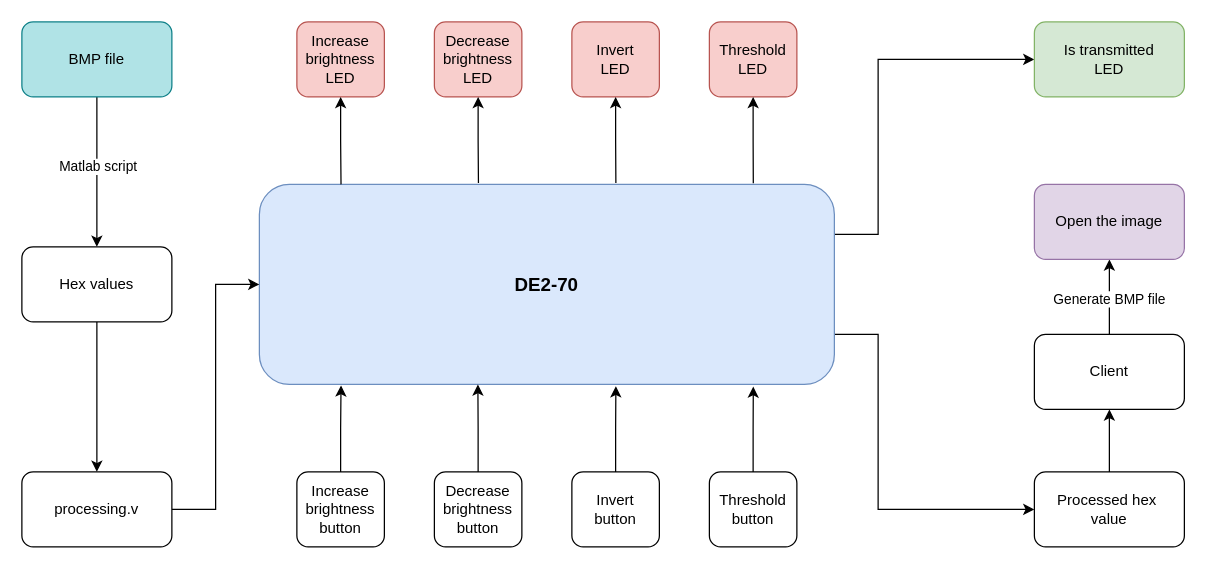
Before: FPGA-Image-Processing.drawio in lukas0173/Draw.io, a draw.io diagram. Source tidied: cells renumbered, new cells numbered last; positions are measured from the earlier drawing's top-left corner, leaving out a move shared by most shapes. Both pictures are drawn from the tidied source at 125%, with x=0, y=0 at pixel (21, 21).
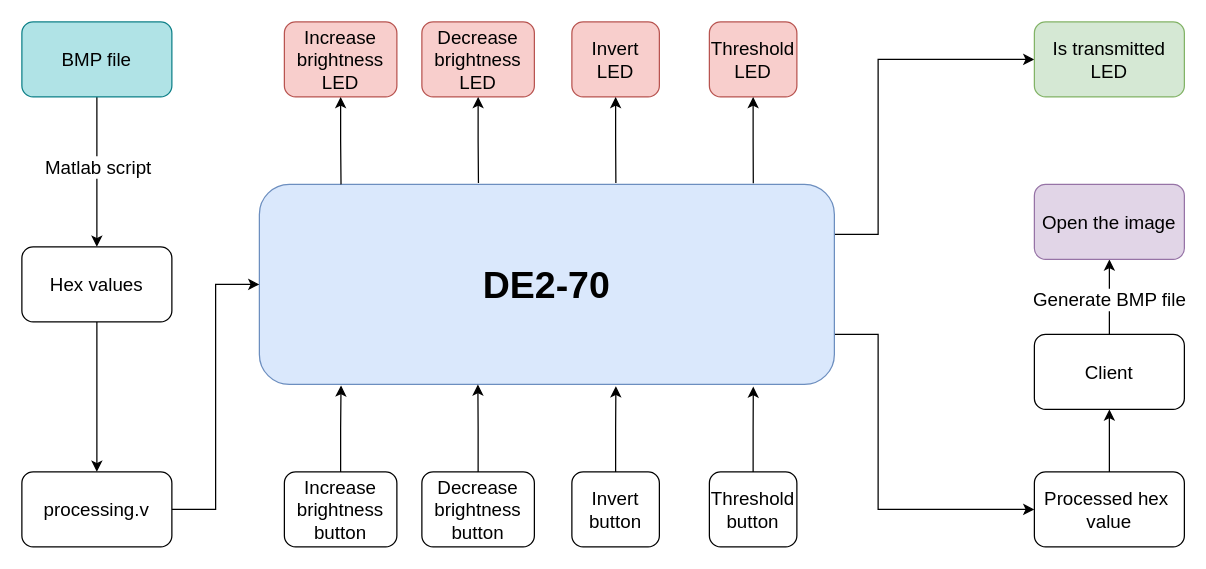
The same page after the edit.

The change refers to these unchanged cells:
```xml
<mxCell id="7" style="edgeStyle=orthogonalEdgeStyle;rounded=0;jettySize=auto;html=1;" parent="1" edge="1" source="9" target="6">
  <mxGeometry relative="1" as="geometry" />
</mxCell>
<mxCell id="28" style="edgeStyle=orthogonalEdgeStyle;rounded=0;jettySize=auto;html=1;" parent="1" edge="1" source="30" target="31">
  <mxGeometry relative="1" as="geometry" />
</mxCell>
```

The edit, as a diff of the source:
```diff
@@
-    <mxCell id="4" value="&lt;b&gt;&lt;font style=&quot;font-size: 15px;&quot;&gt;DE2-70&lt;/font&gt;&lt;/b&gt;" style="rounded=1;whiteSpace=wrap;html=1;fillColor=#dae8fc;strokeColor=#6c8ebf;" parent="1" vertex="1">
+    <mxCell id="4" value="&lt;font size=&quot;1&quot;&gt;&lt;b&gt;&lt;font style=&quot;font-size: 30px;&quot;&gt;DE2-70&lt;/font&gt;&lt;/b&gt;&lt;/font&gt;" style="rounded=1;whiteSpace=wrap;html=1;fillColor=#dae8fc;strokeColor=#6c8ebf;" parent="1" vertex="1">
       <mxGeometry x="190" y="130" width="460" height="160" as="geometry" />
     </mxCell>
@@
-    <mxCell id="6" value="Hex values" style="rounded=1;whiteSpace=wrap;html=1;" parent="1" vertex="1">
+    <mxCell id="6" value="&lt;font style=&quot;font-size: 15px;&quot;&gt;Hex values&lt;/font&gt;" style="rounded=1;whiteSpace=wrap;html=1;" parent="1" vertex="1">
       <mxGeometry y="180" width="120" height="60" as="geometry" />
     </mxCell>
@@
-    <mxCell id="8" value="Matlab script" style="edgeLabel;html=1;align=center;verticalAlign=middle;" parent="7" vertex="1">
+    <mxCell id="8" value="&lt;font style=&quot;font-size: 15px;&quot;&gt;Matlab script&lt;/font&gt;" style="edgeLabel;html=1;align=center;verticalAlign=middle;" parent="7" vertex="1">
       <mxGeometry x="-0.08" relative="1" as="geometry" />
     </mxCell>
-    <mxCell id="9" value="BMP file" style="rounded=1;whiteSpace=wrap;html=1;fillColor=#b0e3e6;strokeColor=#0e8088;" parent="1" vertex="1">
+    <mxCell id="9" value="&lt;font style=&quot;font-size: 15px;&quot;&gt;BMP file&lt;/font&gt;" style="rounded=1;whiteSpace=wrap;html=1;fillColor=#b0e3e6;strokeColor=#0e8088;" parent="1" vertex="1">
       <mxGeometry width="120" height="60" as="geometry" />
     </mxCell>
-    <mxCell id="10" value="&lt;div&gt;Increase&lt;/div&gt;&lt;div&gt;brightness&lt;/div&gt;&lt;div&gt;button&lt;br&gt;&lt;/div&gt;" style="rounded=1;whiteSpace=wrap;html=1;" parent="1" vertex="1">
-      <mxGeometry x="220" y="360" width="70" height="60" as="geometry" />
+    <mxCell id="10" value="&lt;div style=&quot;font-size: 15px;&quot;&gt;&lt;font style=&quot;font-size: 15px;&quot;&gt;Increase&lt;/font&gt;&lt;/div&gt;&lt;div style=&quot;font-size: 15px;&quot;&gt;&lt;font style=&quot;font-size: 15px;&quot;&gt;brightness&lt;/font&gt;&lt;/div&gt;&lt;div style=&quot;font-size: 15px;&quot;&gt;&lt;font style=&quot;font-size: 15px;&quot;&gt;button&lt;br&gt;&lt;/font&gt;&lt;/div&gt;" style="rounded=1;whiteSpace=wrap;html=1;" parent="1" vertex="1">
+      <mxGeometry x="210" y="360" width="90" height="60" as="geometry" />
     </mxCell>
-    <mxCell id="11" value="&lt;div&gt;Decrease&lt;br&gt;&lt;/div&gt;&lt;div&gt;brightness&lt;/div&gt;&lt;div&gt;button&lt;br&gt;&lt;/div&gt;" style="rounded=1;whiteSpace=wrap;html=1;" parent="1" vertex="1">
-      <mxGeometry x="330" y="360" width="70" height="60" as="geometry" />
+    <mxCell id="11" value="&lt;div style=&quot;font-size: 15px;&quot;&gt;&lt;font style=&quot;font-size: 15px;&quot;&gt;Decrease&lt;br&gt;&lt;/font&gt;&lt;/div&gt;&lt;div style=&quot;font-size: 15px;&quot;&gt;&lt;font style=&quot;font-size: 15px;&quot;&gt;brightness&lt;/font&gt;&lt;/div&gt;&lt;div style=&quot;font-size: 15px;&quot;&gt;&lt;font style=&quot;font-size: 15px;&quot;&gt;button&lt;br&gt;&lt;/font&gt;&lt;/div&gt;" style="rounded=1;whiteSpace=wrap;html=1;" parent="1" vertex="1">
+      <mxGeometry x="320" y="360" width="90" height="60" as="geometry" />
     </mxCell>
-    <mxCell id="12" value="&lt;div&gt;Invert&lt;/div&gt;&lt;div&gt;button&lt;br&gt;&lt;/div&gt;" style="rounded=1;whiteSpace=wrap;html=1;" parent="1" vertex="1">
+    <mxCell id="12" value="&lt;div style=&quot;font-size: 15px;&quot;&gt;&lt;font style=&quot;font-size: 15px;&quot;&gt;Invert&lt;/font&gt;&lt;/div&gt;&lt;div style=&quot;font-size: 15px;&quot;&gt;&lt;font style=&quot;font-size: 15px;&quot;&gt;button&lt;br&gt;&lt;/font&gt;&lt;/div&gt;" style="rounded=1;whiteSpace=wrap;html=1;" parent="1" vertex="1">
       <mxGeometry x="440" y="360" width="70" height="60" as="geometry" />
     </mxCell>
-    <mxCell id="13" value="&lt;div&gt;Threshold&lt;/div&gt;&lt;div&gt;button&lt;br&gt;&lt;/div&gt;" style="rounded=1;whiteSpace=wrap;html=1;" parent="1" vertex="1">
+    <mxCell id="13" value="&lt;div style=&quot;font-size: 15px;&quot;&gt;&lt;font style=&quot;font-size: 15px;&quot;&gt;Threshold&lt;/font&gt;&lt;/div&gt;&lt;div style=&quot;font-size: 15px;&quot;&gt;&lt;font style=&quot;font-size: 15px;&quot;&gt;button&lt;br&gt;&lt;/font&gt;&lt;/div&gt;" style="rounded=1;whiteSpace=wrap;html=1;" parent="1" vertex="1">
       <mxGeometry x="550" y="360" width="70" height="60" as="geometry" />
     </mxCell>
@@
-    <mxCell id="18" value="&lt;div&gt;Increase&lt;/div&gt;&lt;div&gt;brightness&lt;/div&gt;&lt;div&gt;LED&lt;br&gt;&lt;/div&gt;" style="rounded=1;whiteSpace=wrap;html=1;fillColor=#f8cecc;strokeColor=#b85450;" parent="1" vertex="1">
-      <mxGeometry x="220" width="70" height="60" as="geometry" />
+    <mxCell id="18" value="&lt;div style=&quot;font-size: 15px;&quot;&gt;&lt;font style=&quot;font-size: 15px;&quot;&gt;Increase&lt;/font&gt;&lt;/div&gt;&lt;div style=&quot;font-size: 15px;&quot;&gt;&lt;font style=&quot;font-size: 15px;&quot;&gt;brightness&lt;/font&gt;&lt;/div&gt;&lt;div style=&quot;font-size: 15px;&quot;&gt;&lt;font style=&quot;font-size: 15px;&quot;&gt;LED&lt;br&gt;&lt;/font&gt;&lt;/div&gt;" style="rounded=1;whiteSpace=wrap;html=1;fillColor=#f8cecc;strokeColor=#b85450;" parent="1" vertex="1">
+      <mxGeometry x="210" width="90" height="60" as="geometry" />
     </mxCell>
-    <mxCell id="19" value="&lt;div&gt;Decrease&lt;/div&gt;&lt;div&gt;brightness&lt;br&gt;&lt;/div&gt;&lt;div&gt;LED&lt;br&gt;&lt;/div&gt;" style="rounded=1;whiteSpace=wrap;html=1;fillColor=#f8cecc;strokeColor=#b85450;" parent="1" vertex="1">
-      <mxGeometry x="330" width="70" height="60" as="geometry" />
+    <mxCell id="19" value="&lt;div style=&quot;font-size: 15px;&quot;&gt;&lt;font style=&quot;font-size: 15px;&quot;&gt;Decrease&lt;/font&gt;&lt;/div&gt;&lt;div style=&quot;font-size: 15px;&quot;&gt;&lt;font style=&quot;font-size: 15px;&quot;&gt;brightness&lt;br&gt;&lt;/font&gt;&lt;/div&gt;&lt;div style=&quot;font-size: 15px;&quot;&gt;&lt;font style=&quot;font-size: 15px;&quot;&gt;LED&lt;br&gt;&lt;/font&gt;&lt;/div&gt;" style="rounded=1;whiteSpace=wrap;html=1;fillColor=#f8cecc;strokeColor=#b85450;" parent="1" vertex="1">
+      <mxGeometry x="320" width="90" height="60" as="geometry" />
     </mxCell>
-    <mxCell id="20" value="&lt;div&gt;Invert&lt;br&gt;&lt;/div&gt;&lt;div&gt;LED&lt;br&gt;&lt;/div&gt;" style="rounded=1;whiteSpace=wrap;html=1;fillColor=#f8cecc;strokeColor=#b85450;" parent="1" vertex="1">
+    <mxCell id="20" value="&lt;div style=&quot;font-size: 15px;&quot;&gt;&lt;font style=&quot;font-size: 15px;&quot;&gt;Invert&lt;br&gt;&lt;/font&gt;&lt;/div&gt;&lt;div style=&quot;font-size: 15px;&quot;&gt;&lt;font style=&quot;font-size: 15px;&quot;&gt;LED&lt;br&gt;&lt;/font&gt;&lt;/div&gt;" style="rounded=1;whiteSpace=wrap;html=1;fillColor=#f8cecc;strokeColor=#b85450;" parent="1" vertex="1">
       <mxGeometry x="440" width="70" height="60" as="geometry" />
     </mxCell>
-    <mxCell id="21" value="Threshold&lt;div&gt;LED&lt;br&gt;&lt;/div&gt;" style="rounded=1;whiteSpace=wrap;html=1;fillColor=#f8cecc;strokeColor=#b85450;" parent="1" vertex="1">
+    <mxCell id="21" value="&lt;font style=&quot;font-size: 15px;&quot;&gt;Threshold&lt;/font&gt;&lt;div style=&quot;font-size: 15px;&quot;&gt;&lt;font style=&quot;font-size: 15px;&quot;&gt;LED&lt;br&gt;&lt;/font&gt;&lt;/div&gt;" style="rounded=1;whiteSpace=wrap;html=1;fillColor=#f8cecc;strokeColor=#b85450;" parent="1" vertex="1">
       <mxGeometry x="550" width="70" height="60" as="geometry" />
     </mxCell>
@@
-    <mxCell id="27" value="&lt;div&gt;Processed hex&amp;nbsp;&lt;/div&gt;&lt;div&gt;value&lt;/div&gt;" style="rounded=1;whiteSpace=wrap;html=1;" parent="1" vertex="1">
+    <mxCell id="27" value="&lt;div style=&quot;font-size: 15px;&quot;&gt;&lt;font style=&quot;font-size: 15px;&quot;&gt;Processed hex&amp;nbsp;&lt;/font&gt;&lt;/div&gt;&lt;div style=&quot;font-size: 15px;&quot;&gt;&lt;font style=&quot;font-size: 15px;&quot;&gt;value&lt;/font&gt;&lt;/div&gt;" style="rounded=1;whiteSpace=wrap;html=1;" parent="1" vertex="1">
       <mxGeometry x="810" y="360" width="120" height="60" as="geometry" />
     </mxCell>
@@
-    <mxCell id="29" value="Generate BMP file" style="edgeLabel;html=1;align=center;verticalAlign=middle;" parent="28" vertex="1">
+    <mxCell id="29" value="&lt;font style=&quot;font-size: 15px;&quot;&gt;Generate BMP file&lt;/font&gt;" style="edgeLabel;html=1;align=center;verticalAlign=middle;" parent="28" vertex="1">
       <mxGeometry x="-0.05" y="1" relative="1" as="geometry" />
     </mxCell>
-    <mxCell id="30" value="Client" style="rounded=1;whiteSpace=wrap;html=1;" parent="1" vertex="1">
+    <mxCell id="30" value="&lt;font style=&quot;font-size: 15px;&quot;&gt;Client&lt;/font&gt;" style="rounded=1;whiteSpace=wrap;html=1;" parent="1" vertex="1">
       <mxGeometry x="810" y="250" width="120" height="60" as="geometry" />
     </mxCell>
-    <mxCell id="31" value="Open the image" style="rounded=1;whiteSpace=wrap;html=1;fillColor=#e1d5e7;strokeColor=#9673a6;" parent="1" vertex="1">
+    <mxCell id="31" value="&lt;font style=&quot;font-size: 15px;&quot;&gt;Open the image&lt;/font&gt;" style="rounded=1;whiteSpace=wrap;html=1;fillColor=#e1d5e7;strokeColor=#9673a6;" parent="1" vertex="1">
       <mxGeometry x="810" y="130" width="120" height="60" as="geometry" />
     </mxCell>
-    <mxCell id="32" value="&lt;div&gt;Is transmitted&lt;/div&gt;&lt;div&gt;LED&lt;br&gt;&lt;/div&gt;" style="rounded=1;whiteSpace=wrap;html=1;fillColor=#d5e8d4;strokeColor=#82b366;" parent="1" vertex="1">
+    <mxCell id="32" value="&lt;div style=&quot;font-size: 15px;&quot;&gt;&lt;font style=&quot;font-size: 15px;&quot;&gt;Is transmitted&lt;/font&gt;&lt;/div&gt;&lt;div style=&quot;font-size: 15px;&quot;&gt;&lt;font style=&quot;font-size: 15px;&quot;&gt;LED&lt;br&gt;&lt;/font&gt;&lt;/div&gt;" style="rounded=1;whiteSpace=wrap;html=1;fillColor=#d5e8d4;strokeColor=#82b366;" parent="1" vertex="1">
       <mxGeometry x="810" width="120" height="60" as="geometry" />
     </mxCell>
@@
-    <mxCell id="34" value="processing.v" style="rounded=1;whiteSpace=wrap;html=1;" parent="1" vertex="1">
+    <mxCell id="34" value="&lt;font style=&quot;font-size: 15px;&quot;&gt;processing.v&lt;/font&gt;" style="rounded=1;whiteSpace=wrap;html=1;" parent="1" vertex="1">
       <mxGeometry y="360" width="120" height="60" as="geometry" />
     </mxCell>
```
